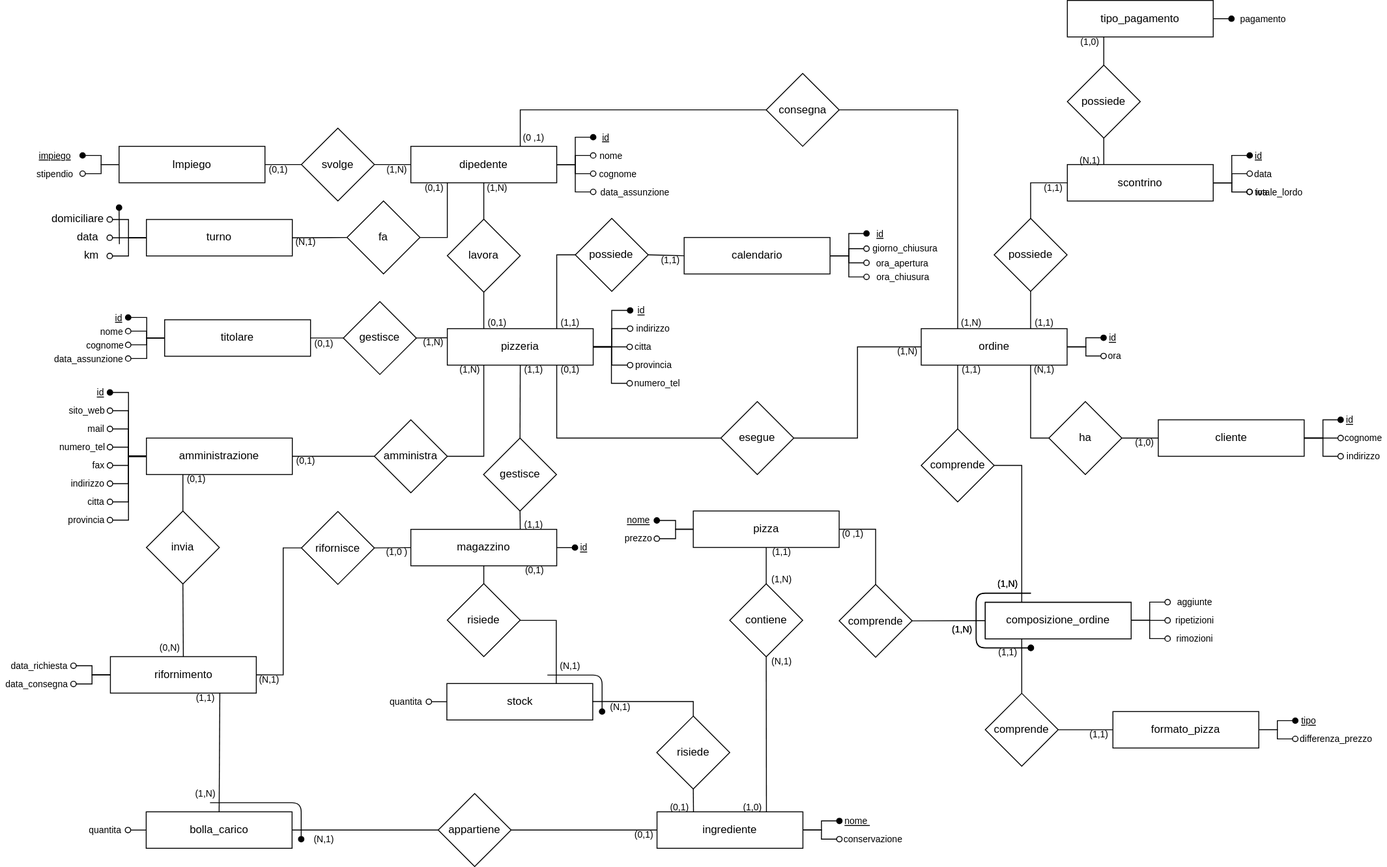
Earlier version of the draw.io export Draw/PaduPizzaER-ristrutturato.svg (NicholasPilotto/PaduPizza). Source tidied: cells renumbered, new cells last; positions are measured from the earlier drawing's top-left corner, leaving out a move shared by most shapes.
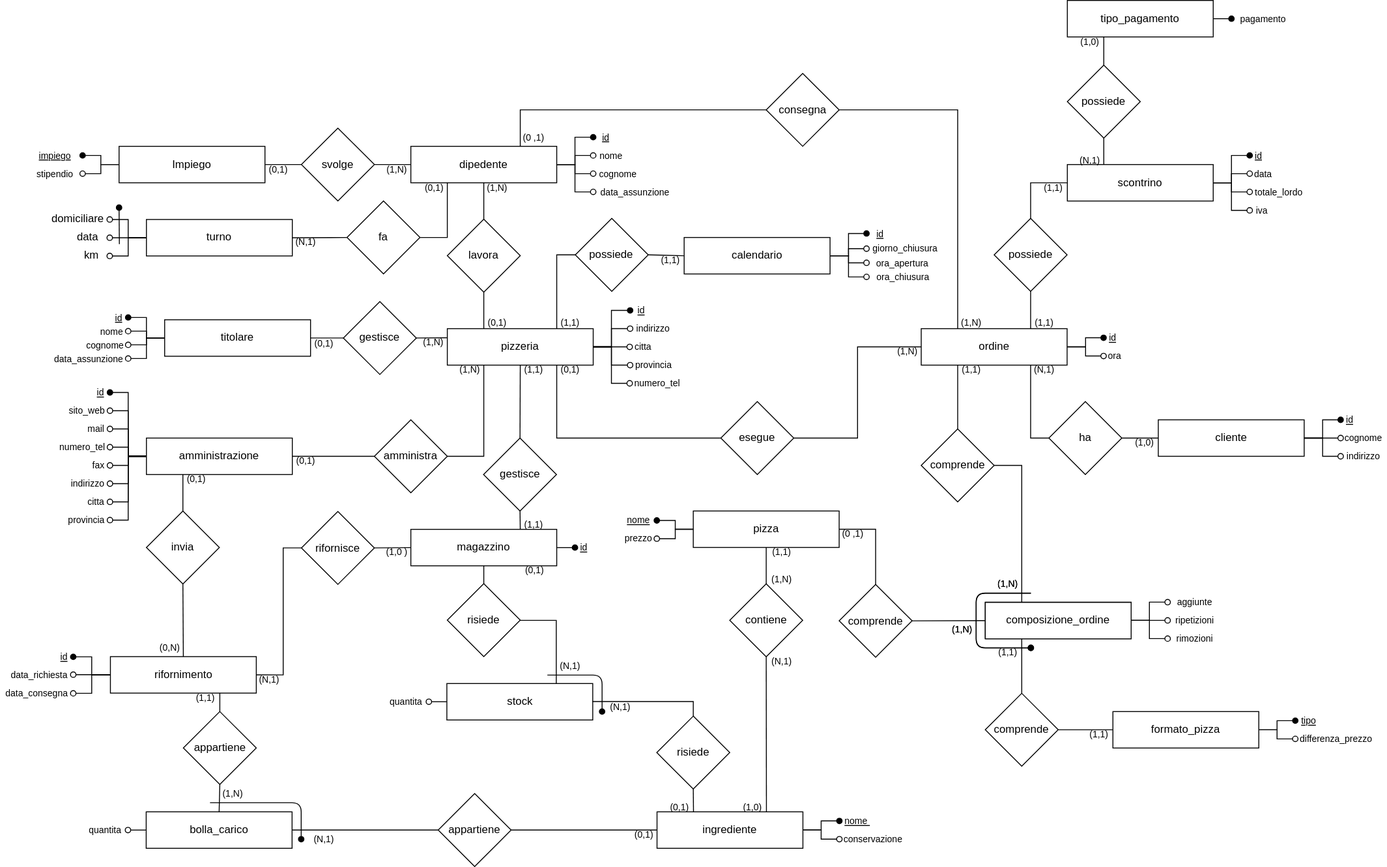
The same file after the commit.

Change to the diagram source:
```diff
@@ -143,7 +143,7 @@
         </Array>
       </mxGeometry>
     </mxCell>
-    <mxCell id="38" style="endArrow=none;html=1;exitX=0.75;exitY=1;exitDx=0;exitDy=0;entryX=0.5;entryY=0;entryDx=0;entryDy=0;rounded=0;" parent="1" edge="1" source="31" target="241">
+    <mxCell id="38" style="endArrow=none;html=1;exitX=0.75;exitY=1;exitDx=0;exitDy=0;entryX=0.5;entryY=0;entryDx=0;entryDy=0;rounded=0;" parent="1" edge="1" source="31" target="249">
       <mxGeometry relative="1" as="geometry" />
     </mxCell>
     <mxCell id="39" value="risiede" style="rhombus;whiteSpace=wrap;html=1;" parent="1" vertex="1">
@@ -247,7 +247,7 @@
       <mxGeometry relative="1" as="geometry" />
     </mxCell>
     <mxCell id="71" value="iva&amp;nbsp;" style="text;html=1;strokeColor=none;fillColor=none;align=center;verticalAlign=middle;whiteSpace=wrap;rounded=0;fontSize=10;" parent="1" vertex="1">
-      <mxGeometry x="1369.8" y="205" width="30" height="10" as="geometry" />
+      <mxGeometry x="1370" y="225.2" width="30" height="10" as="geometry" />
     </mxCell>
     <mxCell id="72" value="pizza" style="whiteSpace=wrap;html=1;align=center;comic=0;noLabel=0;portConstraintRotation=0;rounded=0;glass=0;sketch=0;shadow=0;" parent="1" vertex="1">
       <mxGeometry x="759.8" y="560" width="160" height="40" as="geometry" />
@@ -389,13 +389,13 @@
       <mxGeometry relative="1" as="geometry" />
     </mxCell>
     <mxCell id="115" value="&amp;nbsp; data_richiesta" style="text;html=1;strokeColor=none;fillColor=none;align=center;verticalAlign=middle;whiteSpace=wrap;rounded=0;fontSize=10;" parent="1" vertex="1">
-      <mxGeometry y="724.8" width="80" height="10" as="geometry" />
+      <mxGeometry x="-0.2" y="734.5" width="80" height="10" as="geometry" />
     </mxCell>
     <mxCell id="116" style="endArrow=none;html=1;fontSize=10;startArrow=oval;startFill=0;entryX=0;entryY=0.5;entryDx=0;entryDy=0;exitX=1;exitY=0.5;exitDx=0;exitDy=0;rounded=0;edgeStyle=elbowEdgeStyle;" parent="1" edge="1" source="117" target="31">
       <mxGeometry relative="1" as="geometry" />
     </mxCell>
     <mxCell id="117" value="data_consegna" style="text;html=1;strokeColor=none;fillColor=none;align=center;verticalAlign=middle;whiteSpace=wrap;rounded=0;fontSize=10;" parent="1" vertex="1">
-      <mxGeometry y="744.8" width="80" height="10" as="geometry" />
+      <mxGeometry x="-0.2" y="755" width="80" height="10" as="geometry" />
     </mxCell>
     <mxCell id="118" value="&lt;u style=&quot;font-size: 10px;&quot;&gt;&lt;font style=&quot;font-size: 10px;&quot;&gt;nome&amp;nbsp;&lt;/font&gt;&lt;/u&gt;" style="text;html=1;strokeColor=none;fillColor=none;align=center;verticalAlign=middle;whiteSpace=wrap;rounded=0;fontSize=10;" parent="1" vertex="1">
       <mxGeometry x="920" y="895" width="40" height="10" as="geometry" />
@@ -585,7 +585,7 @@
       <mxGeometry x="690.6" y="910" width="30" height="10" as="geometry" />
     </mxCell>
     <mxCell id="179" value="(1,1)&lt;span style=&quot;color: rgba(0 , 0 , 0 , 0) ; font-family: monospace ; font-size: 0px&quot;&gt;%3CmxGraphModel%3E%3Croot%3E%3CmxCell%20id%3D%220%22%2F%3E%3CmxCell%20id%3D%221%22%20parent%3D%220%22%2F%3E%3CmxCell%20id%3D%222%22%20value%3D%22(1%2C1)%22%20style%3D%22text%3Bhtml%3D1%3BstrokeColor%3Dnone%3BfillColor%3Dnone%3Balign%3Dleft%3BverticalAlign%3Dmiddle%3BwhiteSpace%3Dwrap%3Brounded%3D0%3BfontSize%3D10%3B%22%20vertex%3D%221%22%20parent%3D%221%22%3E%3CmxGeometry%20x%3D%221240%22%20y%3D%221280%22%20width%3D%2240%22%20height%3D%2220%22%20as%3D%22geometry%22%2F%3E%3C%2FmxCell%3E%3C%2Froot%3E%3C%2FmxGraphModel%3E&lt;/span&gt;" style="text;html=1;strokeColor=none;fillColor=none;align=center;verticalAlign=middle;whiteSpace=wrap;rounded=0;fontSize=10;" parent="1" vertex="1">
-      <mxGeometry x="210" y="759.8" width="30" height="10" as="geometry" />
+      <mxGeometry x="210" y="760" width="30" height="10" as="geometry" />
     </mxCell>
     <mxCell id="180" value="(N,1)&lt;span style=&quot;color: rgba(0 , 0 , 0 , 0) ; font-family: monospace ; font-size: 0px&quot;&gt;%3CmxGraphModel%3E%3Croot%3E%3CmxCell%20id%3D%220%22%2F%3E%3CmxCell%20id%3D%221%22%20parent%3D%220%22%2F%3E%3CmxCell%20id%3D%222%22%20value%3D%22(1%2C1)%22%20style%3D%22text%3Bhtml%3D1%3BstrokeColor%3Dnone%3BfillColor%3Dnone%3Balign%3Dleft%3BverticalAlign%3Dmiddle%3BwhiteSpace%3Dwrap%3Brounded%3D0%3BfontSize%3D10%3B%22%20vertex%3D%221%22%20parent%3D%221%22%3E%3CmxGeometry%20x%3D%221240%22%20y%3D%221280%22%20width%3D%2240%22%20height%3D%2220%22%20as%3D%22geometry%22%2F%3E%3C%2FmxCell%3E%3C%2Froot%3E%3C%2FmxGraphModel%3E&lt;/span&gt;" style="text;html=1;strokeColor=none;fillColor=none;align=center;verticalAlign=middle;whiteSpace=wrap;rounded=0;fontSize=10;" parent="1" vertex="1">
       <mxGeometry x="280" y="739.5" width="30" height="10" as="geometry" />
@@ -828,10 +828,22 @@
       </mxGeometry>
     </mxCell>
     <mxCell id="245" value="(1,N)&lt;span style=&quot;color: rgba(0 , 0 , 0 , 0) ; font-family: monospace ; font-size: 0px&quot;&gt;%3CmxGraphModel%3E%3Croot%3E%3CmxCell%20id%3D%220%22%2F%3E%3CmxCell%20id%3D%221%22%20parent%3D%220%22%2F%3E%3CmxCell%20id%3D%222%22%20value%3D%22(1%2C1)%22%20style%3D%22text%3Bhtml%3D1%3BstrokeColor%3Dnone%3BfillColor%3Dnone%3Balign%3Dleft%3BverticalAlign%3Dmiddle%3BwhiteSpace%3Dwrap%3Brounded%3D0%3BfontSize%3D10%3B%22%20vertex%3D%221%22%20parent%3D%221%22%3E%3CmxGeometry%20x%3D%221240%22%20y%3D%221280%22%20width%3D%2240%22%20height%3D%2220%22%20as%3D%22geometry%22%2F%3E%3C%2FmxCell%3E%3C%2Froot%3E%3C%2FmxGraphModel%3E&lt;/span&gt;" style="text;html=1;strokeColor=none;fillColor=none;align=center;verticalAlign=middle;whiteSpace=wrap;rounded=0;fontSize=10;" parent="1" vertex="1">
-      <mxGeometry x="209.5" y="864.8" width="30" height="10.2" as="geometry" />
+      <mxGeometry x="240" y="865" width="30" height="10.2" as="geometry" />
     </mxCell>
     <mxCell id="246" value="(N,1)&lt;span style=&quot;color: rgba(0 , 0 , 0 , 0) ; font-family: monospace ; font-size: 0px&quot;&gt;%3CmxGraphModel%3E%3Croot%3E%3CmxCell%20id%3D%220%22%2F%3E%3CmxCell%20id%3D%221%22%20parent%3D%220%22%2F%3E%3CmxCell%20id%3D%222%22%20value%3D%22(1%2C1)%22%20style%3D%22text%3Bhtml%3D1%3BstrokeColor%3Dnone%3BfillColor%3Dnone%3Balign%3Dleft%3BverticalAlign%3Dmiddle%3BwhiteSpace%3Dwrap%3Brounded%3D0%3BfontSize%3D10%3B%22%20vertex%3D%221%22%20parent%3D%221%22%3E%3CmxGeometry%20x%3D%221240%22%20y%3D%221280%22%20width%3D%2240%22%20height%3D%2220%22%20as%3D%22geometry%22%2F%3E%3C%2FmxCell%3E%3C%2Froot%3E%3C%2FmxGraphModel%3E&lt;/span&gt;" style="text;html=1;strokeColor=none;fillColor=none;align=center;verticalAlign=middle;whiteSpace=wrap;rounded=0;fontSize=10;" parent="1" vertex="1">
       <mxGeometry x="339.8" y="915" width="30" height="10" as="geometry" />
     </mxCell>
+    <mxCell id="247" value="&lt;u style=&quot;font-size: 10px;&quot;&gt;id&lt;/u&gt;" style="text;html=1;strokeColor=none;fillColor=none;align=center;verticalAlign=middle;whiteSpace=wrap;rounded=0;fontSize=10;" parent="1" vertex="1">
+      <mxGeometry x="59.8" y="715" width="20" height="10" as="geometry" />
+    </mxCell>
+    <mxCell id="248" style="endArrow=none;html=1;fillColor=#000000;entryX=0;entryY=0.5;entryDx=0;entryDy=0;exitX=1;exitY=0.5;exitDx=0;exitDy=0;startArrow=oval;startFill=1;edgeStyle=elbowEdgeStyle;rounded=0;" parent="1" edge="1" source="247" target="31">
+      <mxGeometry relative="1" as="geometry" />
+    </mxCell>
+    <mxCell id="249" value="appartiene" style="rhombus;whiteSpace=wrap;html=1;" parent="1" vertex="1">
+      <mxGeometry x="200.5" y="780" width="80" height="80" as="geometry" />
+    </mxCell>
+    <mxCell id="250" style="endArrow=none;html=1;exitX=0.5;exitY=0;exitDx=0;exitDy=0;entryX=0.5;entryY=1;entryDx=0;entryDy=0;rounded=0;" parent="1" edge="1" source="241" target="249">
+      <mxGeometry relative="1" as="geometry" />
+    </mxCell>
   </root>
 </mxGraphModel>
```
